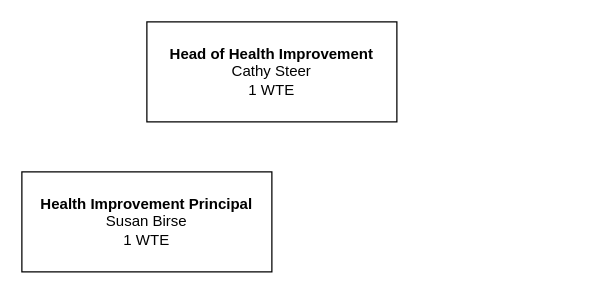
Before: Untitled Diagram.drawio in barrycollard/staffOrgChart, a draw.io diagram. Source tidied: cells renumbered, new cells numbered last; positions are measured from the earlier drawing's top-left corner, leaving out a move shared by most shapes. Both pictures are drawn from the tidied source at 125%, with x=0, y=0 at pixel (21, 21).
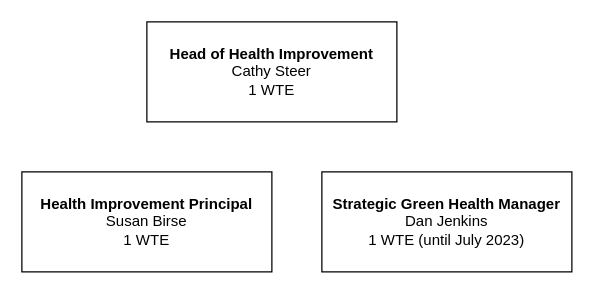
Above is the later version.

The edit, as a diff of the source:
```diff
@@
 <mxGraphModel>
   <root>
     <mxCell id="0" />
     <mxCell id="1" parent="0" />
     <mxCell id="2" value="&lt;b&gt;Head of Health Improvement&lt;/b&gt;&lt;br&gt;Cathy Steer&lt;br&gt;1 WTE" style="rounded=0;whiteSpace=wrap;html=1;align=center;" parent="1" vertex="1">
       <mxGeometry x="100" width="200" height="80" as="geometry" />
     </mxCell>
     <mxCell id="3" value="&lt;b&gt;Health Improvement Principal&lt;br&gt;&lt;/b&gt;Susan Birse&lt;br&gt;1 WTE" style="rounded=0;whiteSpace=wrap;html=1;align=center;" parent="1" vertex="1">
       <mxGeometry y="120" width="200" height="80" as="geometry" />
     </mxCell>
+    <mxCell id="4" value="&lt;b&gt;Strategic Green Health Manager&lt;br&gt;&lt;/b&gt;Dan Jenkins&lt;br&gt;1 WTE (until July 2023)" style="rounded=0;whiteSpace=wrap;html=1;align=center;" parent="1" vertex="1">
+      <mxGeometry x="240" y="120" width="200" height="80" as="geometry" />
+    </mxCell>
   </root>
 </mxGraphModel>
```
